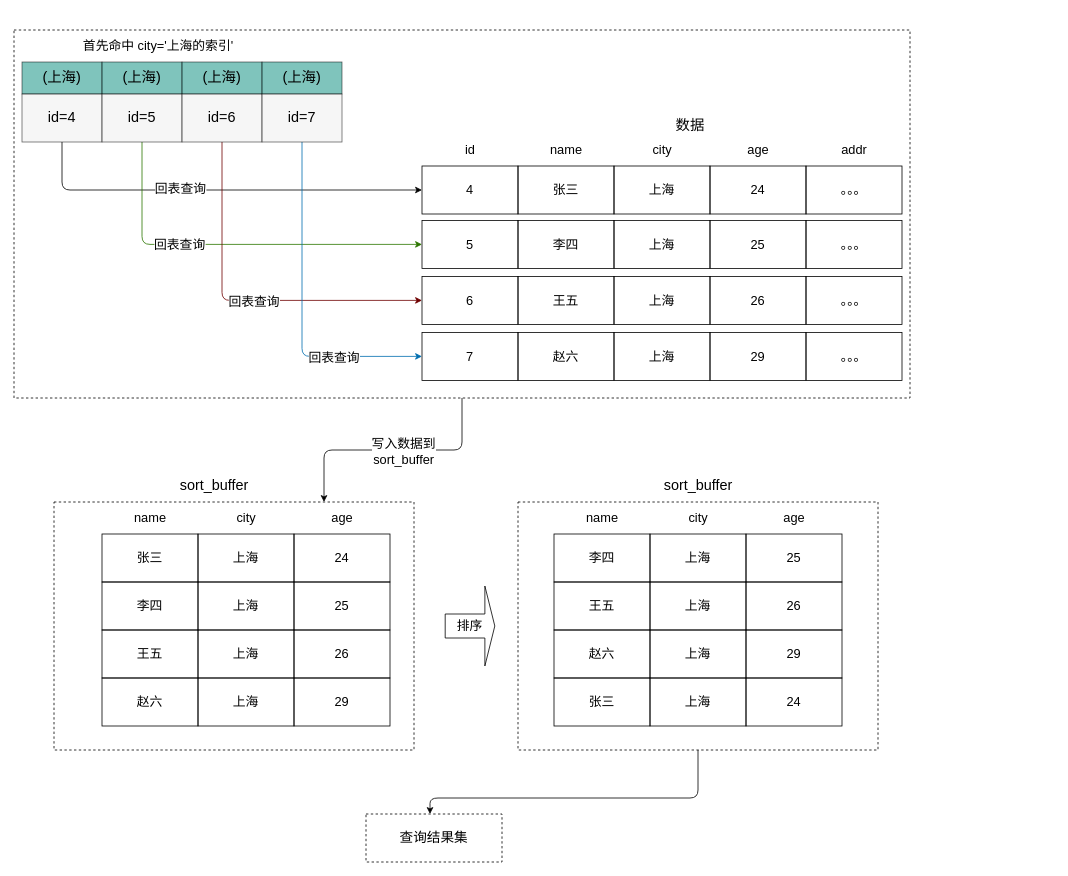
This is page "mysql-order-by-all-date" (1 of 36) of mysql/mysql.drawio from boilingfrog/Go-POINT, a draw.io file, before an edit. Source tidied: cells renumbered, new cells numbered last; positions are measured from the earlier drawing's top-left corner, leaving out a move shared by most shapes. Both pictures are drawn from the tidied source at 80%, with x=0, y=0 at pixel (14, 14).
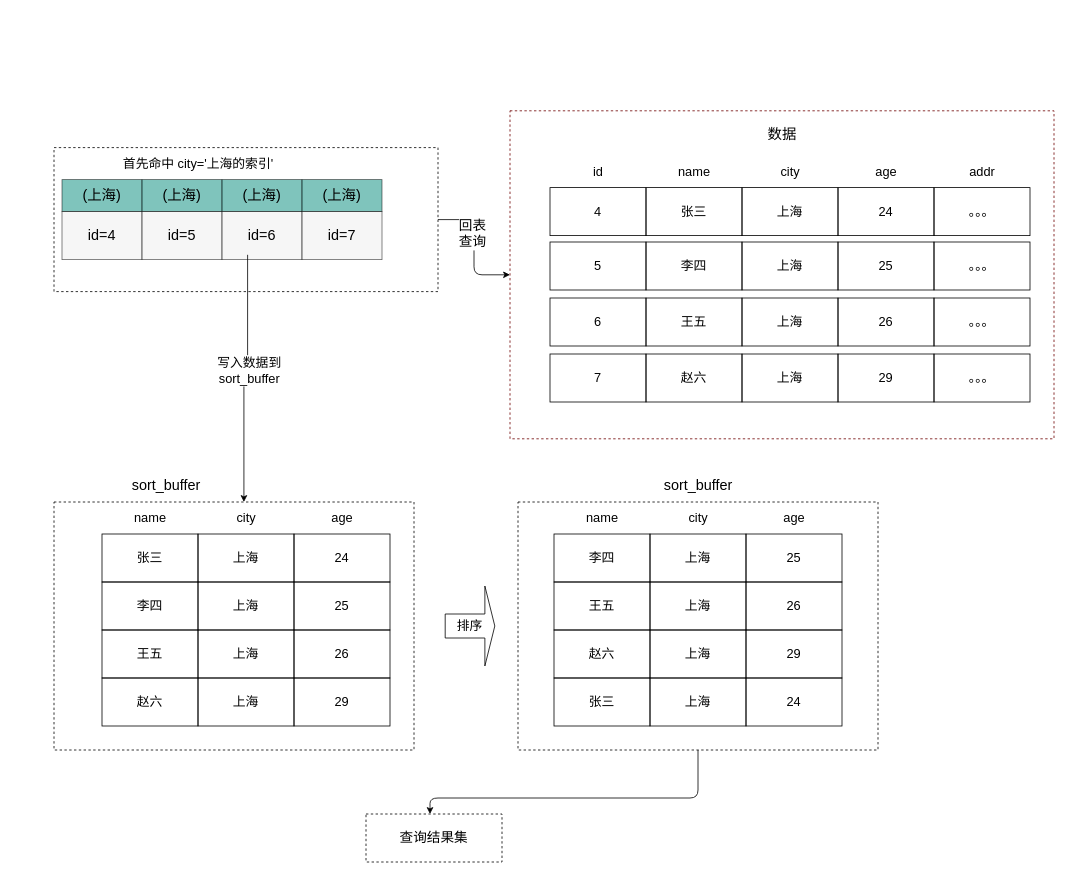
After the change.

The change refers to these unchanged cells:
```xml
<mxCell id="4" style="rounded=0;whiteSpace=wrap;html=1;fillColor=none;dashed=1;" parent="1" vertex="1">
  <mxGeometry x="50" y="610" width="450" height="310" as="geometry" />
</mxCell>
```

What changed in the source:
```diff
@@
+    <mxCell id="86" style="edgeStyle=orthogonalEdgeStyle;html=1;entryX=0;entryY=0.5;entryDx=0;entryDy=0;fontSize=17;" parent="1" edge="1" source="84" target="88">
+      <mxGeometry relative="1" as="geometry" />
+    </mxCell>
+    <mxCell id="87" value="回表&lt;br&gt;查询" style="edgeLabel;html=1;align=center;verticalAlign=middle;fontSize=17;" parent="86" vertex="1">
+      <mxGeometry x="-0.22" y="-3" relative="1" as="geometry" />
+    </mxCell>
+    <mxCell id="84" style="rounded=0;whiteSpace=wrap;html=1;fillColor=none;dashed=1;" parent="1" vertex="1">
+      <mxGeometry x="50" y="167" width="480" height="180" as="geometry" />
+    </mxCell>
@@
     <mxCell id="5" value="(上海)" style="rounded=0;whiteSpace=wrap;html=1;fontSize=18;fillColor=#2A9D8F;opacity=60;" parent="1" vertex="1">
-      <mxGeometry x="10" y="60" width="100" height="40" as="geometry" />
+      <mxGeometry x="60" y="207" width="100" height="40" as="geometry" />
     </mxCell>
     <mxCell id="6" value="(上海)" style="rounded=0;whiteSpace=wrap;html=1;fontSize=18;fillColor=#2A9D8F;opacity=60;" parent="1" vertex="1">
-      <mxGeometry x="110" y="60" width="100" height="40" as="geometry" />
+      <mxGeometry x="160" y="207" width="100" height="40" as="geometry" />
     </mxCell>
     <mxCell id="7" value="(上海)" style="rounded=0;whiteSpace=wrap;html=1;fontSize=18;fillColor=#2A9D8F;opacity=60;" parent="1" vertex="1">
-      <mxGeometry x="210" y="60" width="100" height="40" as="geometry" />
+      <mxGeometry x="260" y="207" width="100" height="40" as="geometry" />
     </mxCell>
-    <mxCell id="8" style="edgeStyle=orthogonalEdgeStyle;html=1;entryX=0;entryY=0.5;entryDx=0;entryDy=0;" parent="1" edge="1" source="10" target="21">
-      <mxGeometry relative="1" as="geometry">
-        <Array as="points">
-          <mxPoint x="60" y="220" />
-        </Array>
-      </mxGeometry>
-    </mxCell>
-    <mxCell id="9" value="&lt;font style=&quot;font-size: 16px&quot;&gt;回表查询&lt;/font&gt;" style="edgeLabel;html=1;align=center;verticalAlign=middle;" parent="8" vertex="1">
-      <mxGeometry x="-0.19" y="3" relative="1" as="geometry" />
-    </mxCell>
     <mxCell id="10" value="id=4" style="rounded=0;whiteSpace=wrap;html=1;fontSize=18;fillColor=#F0F0F0;opacity=60;" parent="1" vertex="1">
-      <mxGeometry x="10" y="100" width="100" height="60" as="geometry" />
+      <mxGeometry x="60" y="247" width="100" height="60" as="geometry" />
     </mxCell>
-    <mxCell id="11" style="edgeStyle=orthogonalEdgeStyle;html=1;entryX=0;entryY=0.5;entryDx=0;entryDy=0;fillColor=#60a917;strokeColor=#2D7600;" parent="1" edge="1" source="13" target="23">
-      <mxGeometry relative="1" as="geometry">
-        <Array as="points">
-          <mxPoint x="160" y="288" />
-        </Array>
-      </mxGeometry>
-    </mxCell>
-    <mxCell id="12" value="回表查询" style="edgeLabel;html=1;align=center;verticalAlign=middle;fontSize=16;" parent="11" vertex="1">
-      <mxGeometry x="-0.27" y="1" relative="1" as="geometry" />
-    </mxCell>
     <mxCell id="13" value="id=5" style="rounded=0;whiteSpace=wrap;html=1;fontSize=18;fillColor=#F0F0F0;opacity=60;" parent="1" vertex="1">
-      <mxGeometry x="110" y="100" width="100" height="60" as="geometry" />
+      <mxGeometry x="160" y="247" width="100" height="60" as="geometry" />
     </mxCell>
-    <mxCell id="14" style="edgeStyle=orthogonalEdgeStyle;html=1;entryX=0;entryY=0.5;entryDx=0;entryDy=0;fillColor=#a20025;strokeColor=#6F0000;" parent="1" edge="1" source="16" target="25">
-      <mxGeometry relative="1" as="geometry">
-        <Array as="points">
-          <mxPoint x="260" y="358" />
-        </Array>
-      </mxGeometry>
-    </mxCell>
-    <mxCell id="15" value="回表查询" style="edgeLabel;html=1;align=center;verticalAlign=middle;fontSize=16;" parent="14" vertex="1">
-      <mxGeometry x="0.08" y="-1" relative="1" as="geometry">
-        <mxPoint x="-5" y="-1" as="offset" />
-      </mxGeometry>
-    </mxCell>
     <mxCell id="16" value="id=6" style="rounded=0;whiteSpace=wrap;html=1;fontSize=18;fillColor=#F0F0F0;opacity=60;" parent="1" vertex="1">
-      <mxGeometry x="210" y="100" width="100" height="60" as="geometry" />
+      <mxGeometry x="260" y="247" width="100" height="60" as="geometry" />
     </mxCell>
     <mxCell id="17" value="(上海)" style="rounded=0;whiteSpace=wrap;html=1;fontSize=18;fillColor=#2A9D8F;opacity=60;" parent="1" vertex="1">
-      <mxGeometry x="310" y="60" width="100" height="40" as="geometry" />
+      <mxGeometry x="360" y="207" width="100" height="40" as="geometry" />
     </mxCell>
-    <mxCell id="18" style="edgeStyle=orthogonalEdgeStyle;html=1;entryX=0;entryY=0.5;entryDx=0;entryDy=0;fillColor=#1ba1e2;strokeColor=#006EAF;" parent="1" edge="1" source="20" target="27">
-      <mxGeometry relative="1" as="geometry">
-        <Array as="points">
-          <mxPoint x="360" y="428" />
-        </Array>
-      </mxGeometry>
-    </mxCell>
-    <mxCell id="19" value="回表查询" style="edgeLabel;html=1;align=center;verticalAlign=middle;fontSize=16;" parent="18" vertex="1">
-      <mxGeometry x="0.61" y="-1" relative="1" as="geometry">
-        <mxPoint x="-29" y="-1" as="offset" />
-      </mxGeometry>
-    </mxCell>
     <mxCell id="20" value="id=7" style="rounded=0;whiteSpace=wrap;html=1;fontSize=18;fillColor=#F0F0F0;opacity=60;" parent="1" vertex="1">
-      <mxGeometry x="310" y="100" width="100" height="60" as="geometry" />
+      <mxGeometry x="360" y="247" width="100" height="60" as="geometry" />
     </mxCell>
-    <mxCell id="21" value="4" style="rounded=0;whiteSpace=wrap;html=1;fontSize=16;fillColor=none;" parent="1" vertex="1">
-      <mxGeometry x="510" y="190" width="120" height="60" as="geometry" />
-    </mxCell>
-    <mxCell id="22" value="张三" style="rounded=0;whiteSpace=wrap;html=1;fontSize=16;fillColor=none;" parent="1" vertex="1">
-      <mxGeometry x="630" y="190" width="120" height="60" as="geometry" />
-    </mxCell>
-    <mxCell id="23" value="5" style="rounded=0;whiteSpace=wrap;html=1;fontSize=16;fillColor=none;" parent="1" vertex="1">
-      <mxGeometry x="510" y="258" width="120" height="60" as="geometry" />
-    </mxCell>
-    <mxCell id="24" value="李四" style="rounded=0;whiteSpace=wrap;html=1;fontSize=16;fillColor=none;" parent="1" vertex="1">
-      <mxGeometry x="630" y="258" width="120" height="60" as="geometry" />
-    </mxCell>
-    <mxCell id="25" value="6" style="rounded=0;whiteSpace=wrap;html=1;fontSize=16;fillColor=none;" parent="1" vertex="1">
-      <mxGeometry x="510" y="328" width="120" height="60" as="geometry" />
-    </mxCell>
-    <mxCell id="26" value="王五" style="rounded=0;whiteSpace=wrap;html=1;fontSize=16;fillColor=none;" parent="1" vertex="1">
-      <mxGeometry x="630" y="328" width="120" height="60" as="geometry" />
-    </mxCell>
-    <mxCell id="27" value="7" style="rounded=0;whiteSpace=wrap;html=1;fontSize=16;fillColor=none;" parent="1" vertex="1">
-      <mxGeometry x="510" y="398" width="120" height="60" as="geometry" />
-    </mxCell>
-    <mxCell id="28" value="赵六" style="rounded=0;whiteSpace=wrap;html=1;fontSize=16;fillColor=none;" parent="1" vertex="1">
-      <mxGeometry x="630" y="398" width="120" height="60" as="geometry" />
-    </mxCell>
-    <mxCell id="29" value="&lt;font style=&quot;font-size: 18px&quot;&gt;数据&lt;/font&gt;" style="text;html=1;align=center;verticalAlign=middle;strokeColor=none;fillColor=none;" parent="1" vertex="1">
-      <mxGeometry x="820" y="130" width="50" height="20" as="geometry" />
-    </mxCell>
-    <mxCell id="30" value="上海" style="rounded=0;whiteSpace=wrap;html=1;fontSize=16;fillColor=none;" parent="1" vertex="1">
-      <mxGeometry x="750" y="190" width="120" height="60" as="geometry" />
-    </mxCell>
-    <mxCell id="31" value="&lt;font style=&quot;font-size: 16px&quot;&gt;id&lt;/font&gt;" style="text;html=1;align=center;verticalAlign=middle;strokeColor=none;fillColor=none;" parent="1" vertex="1">
-      <mxGeometry x="555" y="160" width="30" height="20" as="geometry" />
-    </mxCell>
-    <mxCell id="32" value="&lt;font style=&quot;font-size: 16px&quot;&gt;name&lt;/font&gt;" style="text;html=1;align=center;verticalAlign=middle;strokeColor=none;fillColor=none;" parent="1" vertex="1">
-      <mxGeometry x="660" y="160" width="60" height="20" as="geometry" />
-    </mxCell>
-    <mxCell id="33" value="&lt;font style=&quot;font-size: 16px&quot;&gt;city&lt;/font&gt;" style="text;html=1;align=center;verticalAlign=middle;strokeColor=none;fillColor=none;" parent="1" vertex="1">
-      <mxGeometry x="790" y="160" width="40" height="20" as="geometry" />
-    </mxCell>
-    <mxCell id="34" value="上海" style="rounded=0;whiteSpace=wrap;html=1;fontSize=16;fillColor=none;" parent="1" vertex="1">
-      <mxGeometry x="750" y="258" width="120" height="60" as="geometry" />
-    </mxCell>
-    <mxCell id="35" value="上海" style="rounded=0;whiteSpace=wrap;html=1;fontSize=16;fillColor=none;" parent="1" vertex="1">
-      <mxGeometry x="750" y="328" width="120" height="60" as="geometry" />
-    </mxCell>
-    <mxCell id="36" value="上海" style="rounded=0;whiteSpace=wrap;html=1;fontSize=16;fillColor=none;" parent="1" vertex="1">
-      <mxGeometry x="750" y="398" width="120" height="60" as="geometry" />
-    </mxCell>
-    <mxCell id="37" value="24" style="rounded=0;whiteSpace=wrap;html=1;fontSize=16;fillColor=none;" parent="1" vertex="1">
-      <mxGeometry x="870" y="190" width="120" height="60" as="geometry" />
-    </mxCell>
-    <mxCell id="38" value="。。。" style="rounded=0;whiteSpace=wrap;html=1;fontSize=16;fillColor=none;" parent="1" vertex="1">
-      <mxGeometry x="990" y="190" width="120" height="60" as="geometry" />
-    </mxCell>
-    <mxCell id="39" value="&lt;span style=&quot;font-size: 16px&quot;&gt;age&lt;/span&gt;" style="text;html=1;align=center;verticalAlign=middle;strokeColor=none;fillColor=none;" parent="1" vertex="1">
-      <mxGeometry x="910" y="160" width="40" height="20" as="geometry" />
-    </mxCell>
-    <mxCell id="40" value="&lt;font style=&quot;font-size: 16px&quot;&gt;addr&lt;/font&gt;" style="text;html=1;align=center;verticalAlign=middle;strokeColor=none;fillColor=none;" parent="1" vertex="1">
-      <mxGeometry x="1025" y="160" width="50" height="20" as="geometry" />
-    </mxCell>
-    <mxCell id="41" value="25" style="rounded=0;whiteSpace=wrap;html=1;fontSize=16;fillColor=none;" parent="1" vertex="1">
-      <mxGeometry x="870" y="258" width="120" height="60" as="geometry" />
-    </mxCell>
-    <mxCell id="42" value="。。。" style="rounded=0;whiteSpace=wrap;html=1;fontSize=16;fillColor=none;" parent="1" vertex="1">
-      <mxGeometry x="990" y="258" width="120" height="60" as="geometry" />
-    </mxCell>
-    <mxCell id="43" value="26" style="rounded=0;whiteSpace=wrap;html=1;fontSize=16;fillColor=none;" parent="1" vertex="1">
-      <mxGeometry x="870" y="328" width="120" height="60" as="geometry" />
-    </mxCell>
-    <mxCell id="44" value="。。。" style="rounded=0;whiteSpace=wrap;html=1;fontSize=16;fillColor=none;" parent="1" vertex="1">
-      <mxGeometry x="990" y="328" width="120" height="60" as="geometry" />
-    </mxCell>
-    <mxCell id="45" value="29" style="rounded=0;whiteSpace=wrap;html=1;fontSize=16;fillColor=none;" parent="1" vertex="1">
-      <mxGeometry x="870" y="398" width="120" height="60" as="geometry" />
-    </mxCell>
-    <mxCell id="46" value="。。。" style="rounded=0;whiteSpace=wrap;html=1;fontSize=16;fillColor=none;" parent="1" vertex="1">
-      <mxGeometry x="990" y="398" width="120" height="60" as="geometry" />
-    </mxCell>
@@
     <mxCell id="51" value="&lt;span style=&quot;font-size: 18px&quot;&gt;sort_buffer&lt;/span&gt;" style="text;html=1;align=center;verticalAlign=middle;strokeColor=none;fillColor=none;" parent="1" vertex="1">
-      <mxGeometry x="200" y="580" width="100" height="20" as="geometry" />
+      <mxGeometry x="140" y="580" width="100" height="20" as="geometry" />
     </mxCell>
@@
-    <mxCell id="80" value="&lt;pre style=&quot;background-color: rgb(43 , 43 , 43)&quot;&gt;&lt;div style=&quot;background-color: rgb(30 , 30 , 30) ; line-height: 20px&quot;&gt;&lt;font color=&quot;#d4d4d4&quot; face=&quot;menlo, monaco, courier new, monospace&quot;&gt;&lt;span style=&quot;font-size: 13px&quot;&gt;&lt;br&gt;&lt;/span&gt;&lt;/font&gt;&lt;/div&gt;&lt;/pre&gt;" style="text;html=1;align=center;verticalAlign=middle;strokeColor=none;fillColor=none;fontSize=16;" parent="1" vertex="1">
-      <mxGeometry x="420" width="20" height="60" as="geometry" />
-    </mxCell>
     <mxCell id="81" value="首先命中 city='上海的索引'" style="text;html=1;align=center;verticalAlign=middle;strokeColor=none;fillColor=none;fontSize=16;" parent="1" vertex="1">
-      <mxGeometry x="80" y="30" width="200" height="20" as="geometry" />
+      <mxGeometry x="130" y="177" width="200" height="20" as="geometry" />
     </mxCell>
-    <mxCell id="82" style="edgeStyle=orthogonalEdgeStyle;html=1;fontSize=16;entryX=0.75;entryY=0;entryDx=0;entryDy=0;" parent="1" edge="1" source="84" target="4">
-      <mxGeometry relative="1" as="geometry" />
+    <mxCell id="82" style="edgeStyle=orthogonalEdgeStyle;html=1;fontSize=16;entryX=0.523;entryY=0;entryDx=0;entryDy=0;entryPerimeter=0;" parent="1" edge="1">
+      <mxGeometry relative="1" as="geometry">
+        <mxPoint x="292" y="301" as="sourcePoint" />
+        <mxPoint x="287.4" y="610" as="targetPoint" />
+        <Array as="points">
+          <mxPoint x="292" y="456" />
+          <mxPoint x="287" y="456" />
+        </Array>
+      </mxGeometry>
     </mxCell>
@@
-    <mxCell id="84" style="rounded=0;whiteSpace=wrap;html=1;fillColor=none;dashed=1;" parent="1" vertex="1">
-      <mxGeometry y="20" width="1120" height="460" as="geometry" />
-    </mxCell>
@@
+    <mxCell id="88" style="rounded=0;whiteSpace=wrap;html=1;fillColor=none;dashed=1;strokeColor=#6F0000;" parent="1" vertex="1">
+      <mxGeometry x="620" y="121" width="680" height="410" as="geometry" />
+    </mxCell>
+    <mxCell id="21" value="4" style="rounded=0;whiteSpace=wrap;html=1;fontSize=16;fillColor=none;" parent="1" vertex="1">
+      <mxGeometry x="670" y="217" width="120" height="60" as="geometry" />
+    </mxCell>
+    <mxCell id="22" value="张三" style="rounded=0;whiteSpace=wrap;html=1;fontSize=16;fillColor=none;" parent="1" vertex="1">
+      <mxGeometry x="790" y="217" width="120" height="60" as="geometry" />
+    </mxCell>
+    <mxCell id="23" value="5" style="rounded=0;whiteSpace=wrap;html=1;fontSize=16;fillColor=none;" parent="1" vertex="1">
+      <mxGeometry x="670" y="285" width="120" height="60" as="geometry" />
+    </mxCell>
+    <mxCell id="24" value="李四" style="rounded=0;whiteSpace=wrap;html=1;fontSize=16;fillColor=none;" parent="1" vertex="1">
+      <mxGeometry x="790" y="285" width="120" height="60" as="geometry" />
+    </mxCell>
+    <mxCell id="25" value="6" style="rounded=0;whiteSpace=wrap;html=1;fontSize=16;fillColor=none;" parent="1" vertex="1">
+      <mxGeometry x="670" y="355" width="120" height="60" as="geometry" />
+    </mxCell>
+    <mxCell id="26" value="王五" style="rounded=0;whiteSpace=wrap;html=1;fontSize=16;fillColor=none;" parent="1" vertex="1">
+      <mxGeometry x="790" y="355" width="120" height="60" as="geometry" />
+    </mxCell>
+    <mxCell id="27" value="7" style="rounded=0;whiteSpace=wrap;html=1;fontSize=16;fillColor=none;" parent="1" vertex="1">
+      <mxGeometry x="670" y="425" width="120" height="60" as="geometry" />
+    </mxCell>
+    <mxCell id="28" value="赵六" style="rounded=0;whiteSpace=wrap;html=1;fontSize=16;fillColor=none;" parent="1" vertex="1">
+      <mxGeometry x="790" y="425" width="120" height="60" as="geometry" />
+    </mxCell>
+    <mxCell id="29" value="&lt;font style=&quot;font-size: 18px&quot;&gt;数据&lt;/font&gt;" style="text;html=1;align=center;verticalAlign=middle;strokeColor=none;fillColor=none;" parent="1" vertex="1">
+      <mxGeometry x="935" y="141" width="50" height="20" as="geometry" />
+    </mxCell>
+    <mxCell id="89" value="上海" style="rounded=0;whiteSpace=wrap;html=1;fontSize=16;fillColor=none;" parent="1" vertex="1">
+      <mxGeometry x="910" y="217" width="120" height="60" as="geometry" />
+    </mxCell>
+    <mxCell id="31" value="&lt;font style=&quot;font-size: 16px&quot;&gt;id&lt;/font&gt;" style="text;html=1;align=center;verticalAlign=middle;strokeColor=none;fillColor=none;" parent="1" vertex="1">
+      <mxGeometry x="715" y="187" width="30" height="20" as="geometry" />
+    </mxCell>
+    <mxCell id="32" value="&lt;font style=&quot;font-size: 16px&quot;&gt;name&lt;/font&gt;" style="text;html=1;align=center;verticalAlign=middle;strokeColor=none;fillColor=none;" parent="1" vertex="1">
+      <mxGeometry x="820" y="187" width="60" height="20" as="geometry" />
+    </mxCell>
+    <mxCell id="33" value="&lt;font style=&quot;font-size: 16px&quot;&gt;city&lt;/font&gt;" style="text;html=1;align=center;verticalAlign=middle;strokeColor=none;fillColor=none;" parent="1" vertex="1">
+      <mxGeometry x="950" y="187" width="40" height="20" as="geometry" />
+    </mxCell>
+    <mxCell id="90" value="上海" style="rounded=0;whiteSpace=wrap;html=1;fontSize=16;fillColor=none;" parent="1" vertex="1">
+      <mxGeometry x="910" y="285" width="120" height="60" as="geometry" />
+    </mxCell>
+    <mxCell id="91" value="上海" style="rounded=0;whiteSpace=wrap;html=1;fontSize=16;fillColor=none;" parent="1" vertex="1">
+      <mxGeometry x="910" y="355" width="120" height="60" as="geometry" />
+    </mxCell>
+    <mxCell id="92" value="上海" style="rounded=0;whiteSpace=wrap;html=1;fontSize=16;fillColor=none;" parent="1" vertex="1">
+      <mxGeometry x="910" y="425" width="120" height="60" as="geometry" />
+    </mxCell>
+    <mxCell id="37" value="24" style="rounded=0;whiteSpace=wrap;html=1;fontSize=16;fillColor=none;" parent="1" vertex="1">
+      <mxGeometry x="1030" y="217" width="120" height="60" as="geometry" />
+    </mxCell>
+    <mxCell id="93" value="。。。" style="rounded=0;whiteSpace=wrap;html=1;fontSize=16;fillColor=none;" parent="1" vertex="1">
+      <mxGeometry x="1150" y="217" width="120" height="60" as="geometry" />
+    </mxCell>
+    <mxCell id="39" value="&lt;span style=&quot;font-size: 16px&quot;&gt;age&lt;/span&gt;" style="text;html=1;align=center;verticalAlign=middle;strokeColor=none;fillColor=none;" parent="1" vertex="1">
+      <mxGeometry x="1070" y="187" width="40" height="20" as="geometry" />
+    </mxCell>
+    <mxCell id="40" value="&lt;font style=&quot;font-size: 16px&quot;&gt;addr&lt;/font&gt;" style="text;html=1;align=center;verticalAlign=middle;strokeColor=none;fillColor=none;" parent="1" vertex="1">
+      <mxGeometry x="1185" y="187" width="50" height="20" as="geometry" />
+    </mxCell>
+    <mxCell id="41" value="25" style="rounded=0;whiteSpace=wrap;html=1;fontSize=16;fillColor=none;" parent="1" vertex="1">
+      <mxGeometry x="1030" y="285" width="120" height="60" as="geometry" />
+    </mxCell>
+    <mxCell id="94" value="。。。" style="rounded=0;whiteSpace=wrap;html=1;fontSize=16;fillColor=none;" parent="1" vertex="1">
+      <mxGeometry x="1150" y="285" width="120" height="60" as="geometry" />
+    </mxCell>
+    <mxCell id="43" value="26" style="rounded=0;whiteSpace=wrap;html=1;fontSize=16;fillColor=none;" parent="1" vertex="1">
+      <mxGeometry x="1030" y="355" width="120" height="60" as="geometry" />
+    </mxCell>
+    <mxCell id="95" value="。。。" style="rounded=0;whiteSpace=wrap;html=1;fontSize=16;fillColor=none;" parent="1" vertex="1">
+      <mxGeometry x="1150" y="355" width="120" height="60" as="geometry" />
+    </mxCell>
+    <mxCell id="45" value="29" style="rounded=0;whiteSpace=wrap;html=1;fontSize=16;fillColor=none;" parent="1" vertex="1">
+      <mxGeometry x="1030" y="425" width="120" height="60" as="geometry" />
+    </mxCell>
+    <mxCell id="96" value="。。。" style="rounded=0;whiteSpace=wrap;html=1;fontSize=16;fillColor=none;" parent="1" vertex="1">
+      <mxGeometry x="1150" y="425" width="120" height="60" as="geometry" />
+    </mxCell>
```
